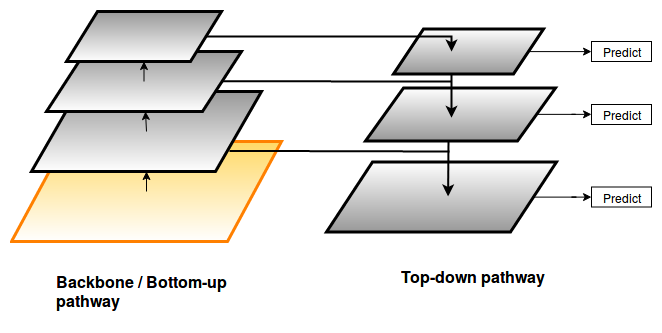
Before: images/fpn.png, a diagram exported from draw.io (lanPN85/thesis-report). Source tidied: cells renumbered, new cells last; positions are measured from the earlier drawing's top-left corner, leaving out a move shared by most shapes.
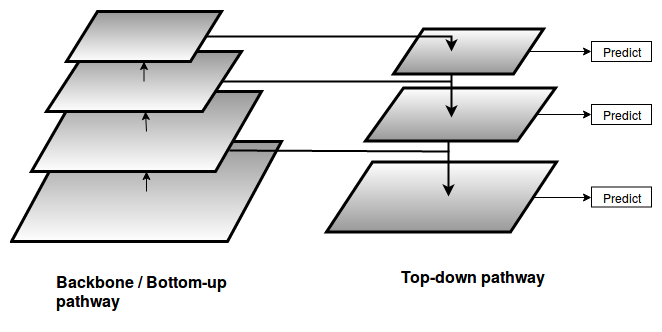
Above is the later version.

What changed in the source:
```diff
@@ -56,7 +56,7 @@
     <mxCell id="17" style="group;" parent="1" vertex="1">
       <mxGeometry width="270" height="230" as="geometry" />
     </mxCell>
-    <mxCell id="18" style="shape=parallelogram;perimeter=parallelogramPerimeter;whiteSpace=wrap;html=1;strokeWidth=3;strokeColor=#FF8000;gradientColor=#FFD966;gradientDirection=north;" parent="17" vertex="1">
+    <mxCell id="18" style="shape=parallelogram;perimeter=parallelogramPerimeter;whiteSpace=wrap;html=1;strokeWidth=3;strokeColor=#000000;gradientColor=#999999;gradientDirection=north;" parent="17" vertex="1">
       <mxGeometry y="130" width="270" height="100" as="geometry" />
     </mxCell>
     <mxCell id="19" style="shape=parallelogram;perimeter=parallelogramPerimeter;whiteSpace=wrap;html=1;strokeWidth=3;gradientColor=#999999;gradientDirection=north;" parent="17" vertex="1">
```
